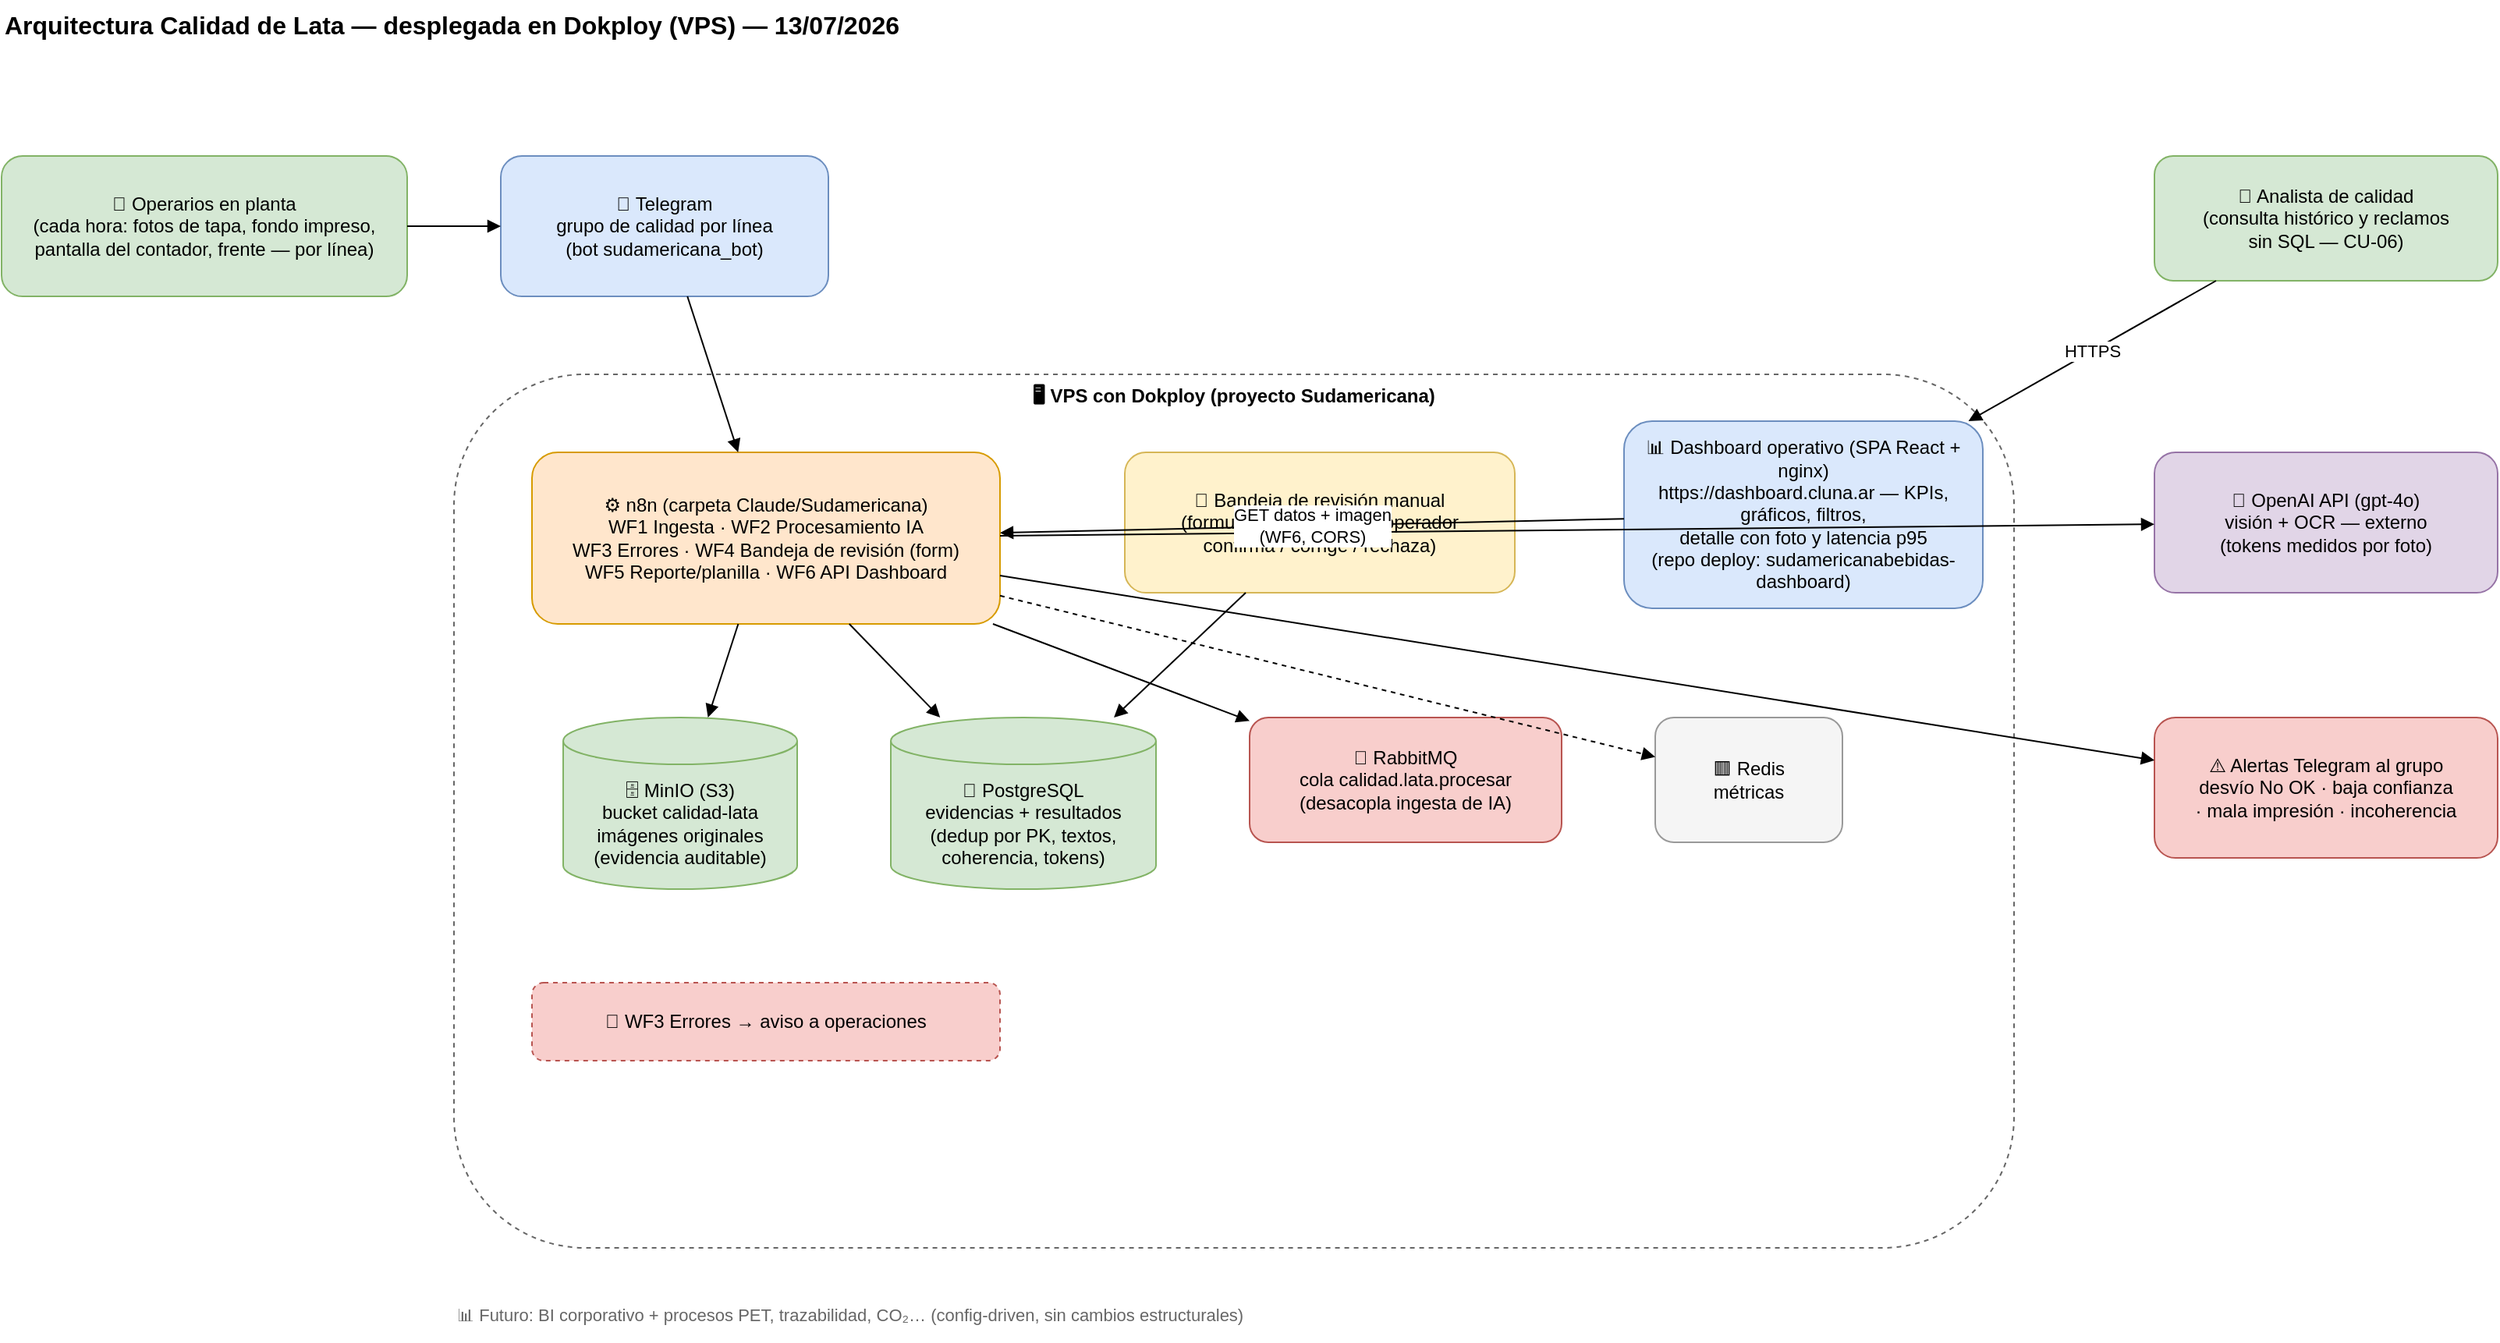
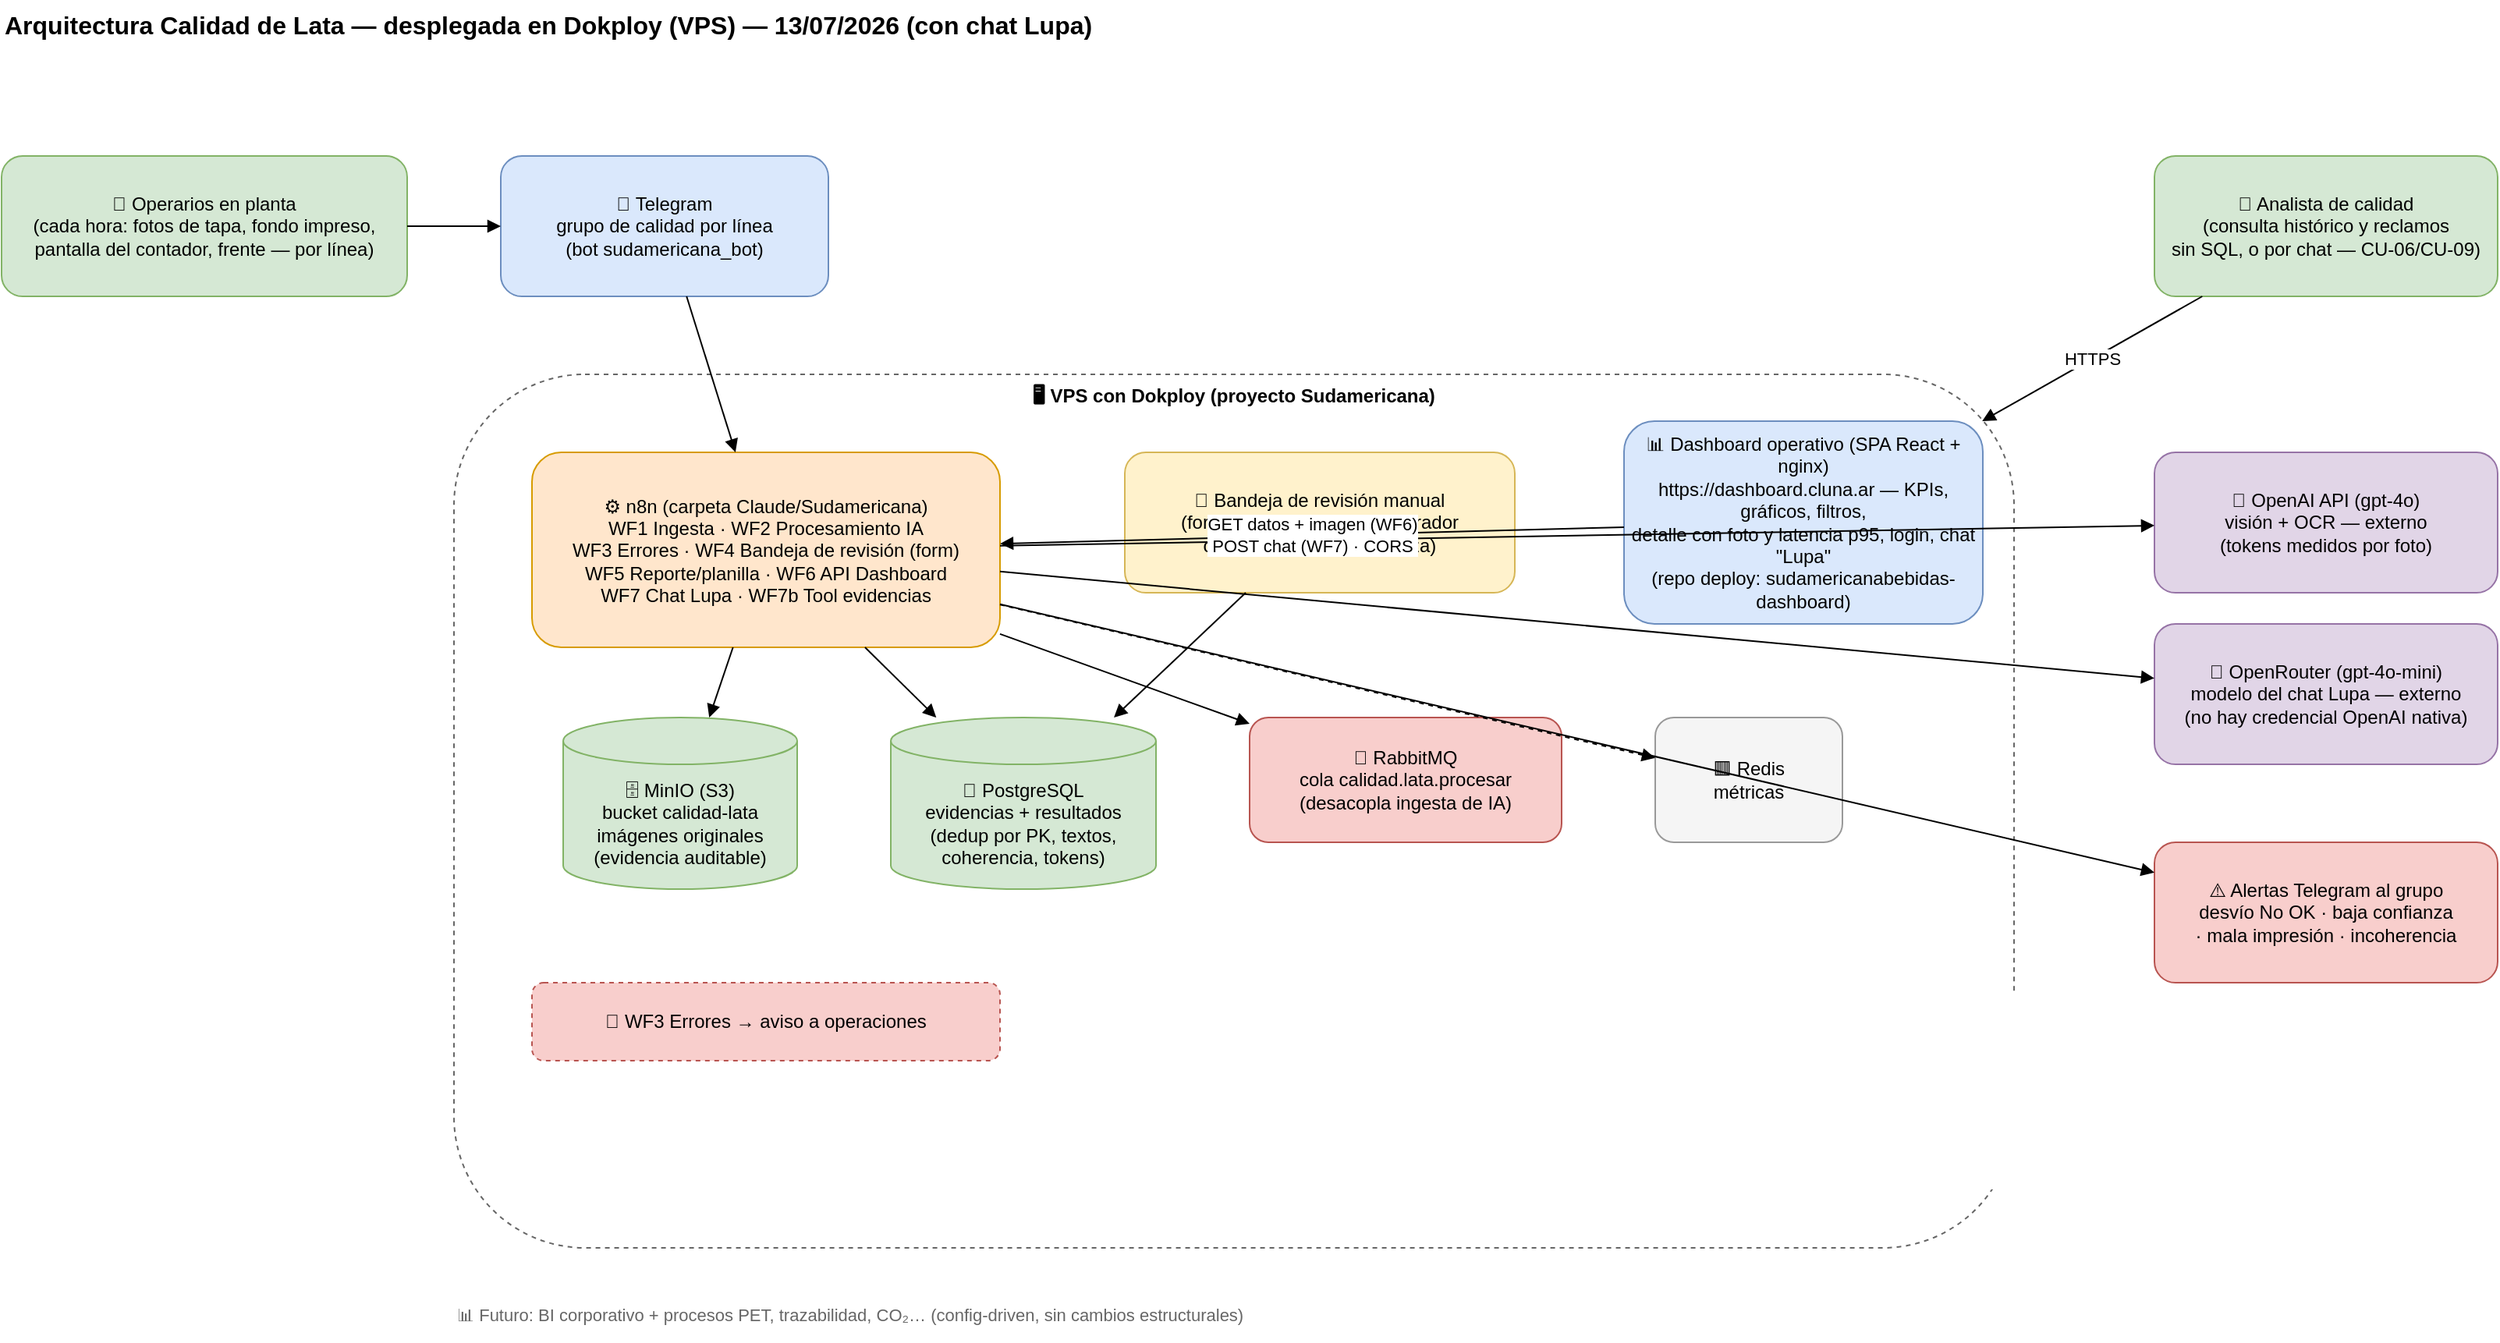
<mxfile host="app.diagrams.net" type="device">
  <diagram id="calidad-lata-arq" name="Calidad de Lata — Arquitectura (real desplegada)">
    <mxGraphModel dx="1400" dy="900" grid="1" gridSize="10" guides="1" tooltips="1" connect="1" arrows="1" fold="1" page="1" pageWidth="1700" pageHeight="1000" math="0" shadow="0">
      <root>
        <mxCell id="0" />
        <mxCell id="1" parent="0" />
-         <mxCell id="title" value="Arquitectura Calidad de Lata — desplegada en Dokploy (VPS) — 13/07/2026" style="text;html=1;fontSize=16;fontStyle=1;" vertex="1" parent="1"><mxGeometry x="40" y="20" width="900" height="30" as="geometry"/></mxCell>
+         <mxCell id="title" value="Arquitectura Calidad de Lata — desplegada en Dokploy (VPS) — 13/07/2026 (con chat Lupa)" style="text;html=1;fontSize=16;fontStyle=1;" vertex="1" parent="1"><mxGeometry x="40" y="20" width="900" height="30" as="geometry"/></mxCell>
        <mxCell id="ops" value="👷 Operarios en planta&#10;(cada hora: fotos de tapa, fondo impreso,&#10;pantalla del contador, frente — por línea)" style="rounded=1;whiteSpace=wrap;html=1;fillColor=#d5e8d4;strokeColor=#82b366;" vertex="1" parent="1"><mxGeometry x="40" y="120" width="260" height="90" as="geometry"/></mxCell>
        <mxCell id="tg" value="📱 Telegram&#10;grupo de calidad por línea&#10;(bot sudamericana_bot)" style="rounded=1;whiteSpace=wrap;html=1;fillColor=#dae8fc;strokeColor=#6c8ebf;" vertex="1" parent="1"><mxGeometry x="360" y="120" width="210" height="90" as="geometry"/></mxCell>
        <mxCell id="dokploy" value="🖥 VPS con Dokploy (proyecto Sudamericana)" style="rounded=1;whiteSpace=wrap;html=1;fillColor=none;strokeColor=#666666;dashed=1;verticalAlign=top;fontStyle=1" vertex="1" parent="1"><mxGeometry x="330" y="260" width="1000" height="560" as="geometry"/></mxCell>
-         <mxCell id="n8n" value="⚙️ n8n (carpeta Claude/Sudamericana)&#10;WF1 Ingesta · WF2 Procesamiento IA&#10;WF3 Errores · WF4 Bandeja de revisión (form)&#10;WF5 Reporte/planilla · WF6 API Dashboard" style="rounded=1;whiteSpace=wrap;html=1;fillColor=#ffe6cc;strokeColor=#d79b00;" vertex="1" parent="1"><mxGeometry x="380" y="310" width="300" height="110" as="geometry"/></mxCell>
+         <mxCell id="n8n" value="⚙️ n8n (carpeta Claude/Sudamericana)&#10;WF1 Ingesta · WF2 Procesamiento IA&#10;WF3 Errores · WF4 Bandeja de revisión (form)&#10;WF5 Reporte/planilla · WF6 API Dashboard&#10;WF7 Chat Lupa · WF7b Tool evidencias" style="rounded=1;whiteSpace=wrap;html=1;fillColor=#ffe6cc;strokeColor=#d79b00;" vertex="1" parent="1"><mxGeometry x="380" y="310" width="300" height="125" as="geometry"/></mxCell>
        <mxCell id="minio" value="🗄 MinIO (S3)&#10;bucket calidad-lata&#10;imágenes originales&#10;(evidencia auditable)" style="shape=cylinder3;whiteSpace=wrap;html=1;boundedLbl=1;fillColor=#d5e8d4;strokeColor=#82b366;" vertex="1" parent="1"><mxGeometry x="400" y="480" width="150" height="110" as="geometry"/></mxCell>
        <mxCell id="pg" value="🐘 PostgreSQL&#10;evidencias + resultados&#10;(dedup por PK, textos,&#10;coherencia, tokens)" style="shape=cylinder3;whiteSpace=wrap;html=1;boundedLbl=1;fillColor=#d5e8d4;strokeColor=#82b366;" vertex="1" parent="1"><mxGeometry x="610" y="480" width="170" height="110" as="geometry"/></mxCell>
        <mxCell id="rmq" value="🐰 RabbitMQ&#10;cola calidad.lata.procesar&#10;(desacopla ingesta de IA)" style="rounded=1;whiteSpace=wrap;html=1;fillColor=#f8cecc;strokeColor=#b85450;" vertex="1" parent="1"><mxGeometry x="840" y="480" width="200" height="80" as="geometry"/></mxCell>
        <mxCell id="redis" value="🟥 Redis&#10;métricas" style="rounded=1;whiteSpace=wrap;html=1;fillColor=#f5f5f5;strokeColor=#999999;" vertex="1" parent="1"><mxGeometry x="1100" y="480" width="120" height="80" as="geometry"/></mxCell>
        <mxCell id="wf4" value="📝 Bandeja de revisión manual&#10;(formulario web WF4 — operador&#10;confirma / corrige / rechaza)" style="rounded=1;whiteSpace=wrap;html=1;fillColor=#fff2cc;strokeColor=#d6b656;" vertex="1" parent="1"><mxGeometry x="760" y="310" width="250" height="90" as="geometry"/></mxCell>
        <mxCell id="er" value="🚨 WF3 Errores → aviso a operaciones" style="rounded=1;whiteSpace=wrap;html=1;fillColor=#f8cecc;strokeColor=#b85450;dashed=1;" vertex="1" parent="1"><mxGeometry x="380" y="650" width="300" height="50" as="geometry"/></mxCell>
        <mxCell id="openai" value="🧠 OpenAI API (gpt-4o)&#10;visión + OCR — externo&#10;(tokens medidos por foto)" style="rounded=1;whiteSpace=wrap;html=1;fillColor=#e1d5e7;strokeColor=#9673a6;" vertex="1" parent="1"><mxGeometry x="1420" y="310" width="220" height="90" as="geometry"/></mxCell>
-         <mxCell id="alertas" value="⚠️ Alertas Telegram al grupo&#10;desvío No OK · baja confianza&#10;· mala impresión · incoherencia" style="rounded=1;whiteSpace=wrap;html=1;fillColor=#f8cecc;strokeColor=#b85450;" vertex="1" parent="1"><mxGeometry x="1420" y="480" width="220" height="90" as="geometry"/></mxCell>
-         <mxCell id="dash" value="📊 Dashboard operativo (SPA React + nginx)&#10;https://dashboard.cluna.ar — KPIs, gráficos, filtros,&#10;detalle con foto y latencia p95&#10;(repo deploy: sudamericanabebidas-dashboard)" style="rounded=1;whiteSpace=wrap;html=1;fillColor=#dae8fc;strokeColor=#6c8ebf;" vertex="1" parent="1"><mxGeometry x="1080" y="290" width="230" height="120" as="geometry"/></mxCell>
-         <mxCell id="analista" value="🔎 Analista de calidad&#10;(consulta histórico y reclamos&#10;sin SQL — CU-06)" style="rounded=1;whiteSpace=wrap;html=1;fillColor=#d5e8d4;strokeColor=#82b366;" vertex="1" parent="1"><mxGeometry x="1420" y="120" width="220" height="80" as="geometry"/></mxCell>
+         <mxCell id="openrouter" value="🧠 OpenRouter (gpt-4o-mini)&#10;modelo del chat Lupa — externo&#10;(no hay credencial OpenAI nativa)" style="rounded=1;whiteSpace=wrap;html=1;fillColor=#e1d5e7;strokeColor=#9673a6;" vertex="1" parent="1"><mxGeometry x="1420" y="420" width="220" height="90" as="geometry"/></mxCell>
+         <mxCell id="alertas" value="⚠️ Alertas Telegram al grupo&#10;desvío No OK · baja confianza&#10;· mala impresión · incoherencia" style="rounded=1;whiteSpace=wrap;html=1;fillColor=#f8cecc;strokeColor=#b85450;" vertex="1" parent="1"><mxGeometry x="1420" y="560" width="220" height="90" as="geometry"/></mxCell>
+         <mxCell id="dash" value="📊 Dashboard operativo (SPA React + nginx)&#10;https://dashboard.cluna.ar — KPIs, gráficos, filtros,&#10;detalle con foto y latencia p95, login, chat &quot;Lupa&quot;&#10;(repo deploy: sudamericanabebidas-dashboard)" style="rounded=1;whiteSpace=wrap;html=1;fillColor=#dae8fc;strokeColor=#6c8ebf;" vertex="1" parent="1"><mxGeometry x="1080" y="290" width="230" height="130" as="geometry"/></mxCell>
+         <mxCell id="analista" value="🔎 Analista de calidad&#10;(consulta histórico y reclamos&#10;sin SQL, o por chat — CU-06/CU-09)" style="rounded=1;whiteSpace=wrap;html=1;fillColor=#d5e8d4;strokeColor=#82b366;" vertex="1" parent="1"><mxGeometry x="1420" y="120" width="220" height="90" as="geometry"/></mxCell>
        <mxCell id="fut" value="📊 Futuro: BI corporativo + procesos PET, trazabilidad, CO₂… (config-driven, sin cambios estructurales)" style="text;html=1;fontSize=11;fontColor=#666666;" vertex="1" parent="1"><mxGeometry x="330" y="850" width="800" height="30" as="geometry"/></mxCell>
        <mxCell id="a1" style="endArrow=block;html=1;" edge="1" parent="1" source="ops" target="tg"><mxGeometry relative="1" as="geometry"/></mxCell>
        <mxCell id="a2" style="endArrow=block;html=1;" edge="1" parent="1" source="tg" target="n8n"><mxGeometry relative="1" as="geometry"/></mxCell>
        <mxCell id="a3" style="endArrow=block;html=1;" edge="1" parent="1" source="n8n" target="minio"><mxGeometry relative="1" as="geometry"/></mxCell>
        <mxCell id="a4" style="endArrow=block;html=1;" edge="1" parent="1" source="n8n" target="pg"><mxGeometry relative="1" as="geometry"/></mxCell>
        <mxCell id="a5" style="endArrow=block;html=1;" edge="1" parent="1" source="n8n" target="rmq"><mxGeometry relative="1" as="geometry"/></mxCell>
        <mxCell id="a6" style="endArrow=block;html=1;dashed=1;" edge="1" parent="1" source="n8n" target="redis"><mxGeometry relative="1" as="geometry"/></mxCell>
        <mxCell id="a7" style="endArrow=block;html=1;" edge="1" parent="1" source="n8n" target="openai"><mxGeometry relative="1" as="geometry"/></mxCell>
        <mxCell id="a8" style="endArrow=block;html=1;" edge="1" parent="1" source="n8n" target="alertas"><mxGeometry relative="1" as="geometry"/></mxCell>
        <mxCell id="a9" style="endArrow=block;html=1;" edge="1" parent="1" source="wf4" target="pg"><mxGeometry relative="1" as="geometry"/></mxCell>
        <mxCell id="a10" value="HTTPS" style="endArrow=block;html=1;" edge="1" parent="1" source="analista" target="dash"><mxGeometry relative="1" as="geometry"/></mxCell>
-         <mxCell id="a11" value="GET datos + imagen&#10;(WF6, CORS)" style="endArrow=block;html=1;" edge="1" parent="1" source="dash" target="n8n"><mxGeometry relative="1" as="geometry"/></mxCell>
+         <mxCell id="a11" value="GET datos + imagen (WF6)&#10;POST chat (WF7) · CORS" style="endArrow=block;html=1;" edge="1" parent="1" source="dash" target="n8n"><mxGeometry relative="1" as="geometry"/></mxCell>
+         <mxCell id="a12" style="endArrow=block;html=1;" edge="1" parent="1" source="n8n" target="openrouter"><mxGeometry relative="1" as="geometry"/></mxCell>
      </root>
    </mxGraphModel>
  </diagram>
</mxfile>
